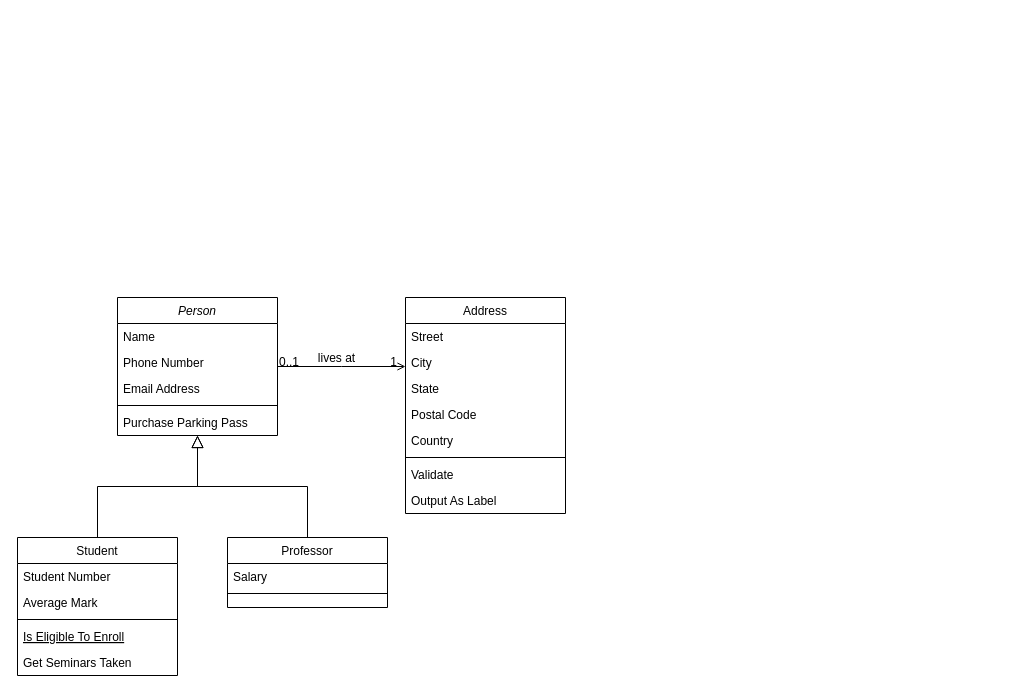
This is Untitled Diagram.drawio from YHdoc/Merge-of-former-works, a draw.io file, before an edit. Source tidied: cells renumbered, new cells numbered last; positions are measured from the earlier drawing's top-left corner, leaving out a move shared by most shapes. Both pictures are drawn from the tidied source at 100%, with x=0, y=0 at pixel (17, 297).
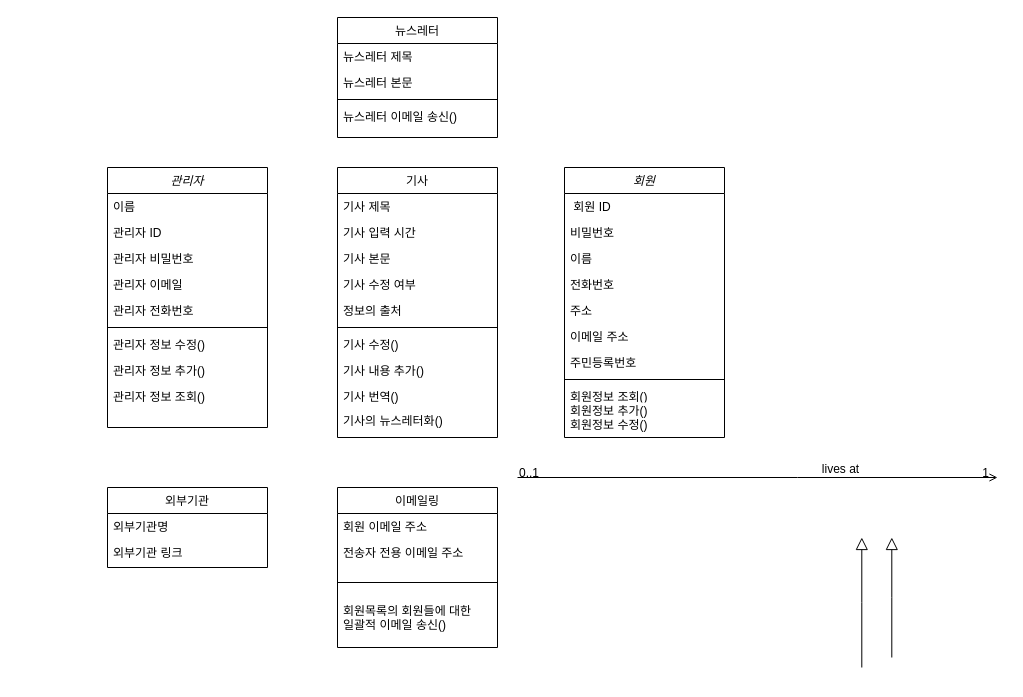
After the change.

The edit, as a diff of the source:
```diff
@@
-    <mxCell id="2" value="Person" style="swimlane;fontStyle=2;align=center;verticalAlign=top;horizontal=1;startSize=26;rounded=0;shadow=0;strokeWidth=1;" parent="1" vertex="1">
-      <mxGeometry x="100" width="160" height="138" as="geometry" />
+    <mxCell id="2" value="회원" style="swimlane;fontStyle=2;align=center;verticalAlign=top;horizontal=1;startSize=26;rounded=0;shadow=0;strokeWidth=1;" parent="1" vertex="1">
+      <mxGeometry x="547" y="-130" width="160" height="270" as="geometry" />
     </mxCell>
-    <mxCell id="3" value="Name" style="text;align=left;verticalAlign=top;spacingLeft=4;spacingRight=4;overflow=hidden;" parent="2" vertex="1">
+    <mxCell id="3" value=" 회원 ID" style="text;align=left;verticalAlign=top;spacingLeft=4;spacingRight=4;overflow=hidden;" parent="2" vertex="1">
       <mxGeometry y="26" width="160" height="26" as="geometry" />
     </mxCell>
-    <mxCell id="4" value="Phone Number" style="text;align=left;verticalAlign=top;spacingLeft=4;spacingRight=4;overflow=hidden;rounded=0;shadow=0;html=0;" parent="2" vertex="1">
+    <mxCell id="4" value="비밀번호" style="text;align=left;verticalAlign=top;spacingLeft=4;spacingRight=4;overflow=hidden;rounded=0;shadow=0;html=0;" parent="2" vertex="1">
       <mxGeometry y="52" width="160" height="26" as="geometry" />
     </mxCell>
-    <mxCell id="5" value="Email Address" style="text;align=left;verticalAlign=top;spacingLeft=4;spacingRight=4;overflow=hidden;rounded=0;shadow=0;html=0;" parent="2" vertex="1">
+    <mxCell id="5" value="이름" style="text;align=left;verticalAlign=top;spacingLeft=4;spacingRight=4;overflow=hidden;rounded=0;shadow=0;html=0;" parent="2" vertex="1">
       <mxGeometry y="78" width="160" height="26" as="geometry" />
     </mxCell>
-    <mxCell id="6" style="line;html=1;strokeWidth=1;align=left;verticalAlign=middle;spacingTop=-1;spacingLeft=3;spacingRight=3;labelPosition=right;" parent="2" vertex="1">
-      <mxGeometry y="104" width="160" height="8" as="geometry" />
-    </mxCell>
+    <mxCell id="32" value="전화번호" style="text;align=left;verticalAlign=top;spacingLeft=4;spacingRight=4;overflow=hidden;" parent="2" vertex="1">
+      <mxGeometry y="104" width="160" height="26" as="geometry" />
+    </mxCell>
-    <mxCell id="7" value="Purchase Parking Pass" style="text;align=left;verticalAlign=top;spacingLeft=4;spacingRight=4;overflow=hidden;" parent="2" vertex="1">
-      <mxGeometry y="112" width="160" height="26" as="geometry" />
+    <mxCell id="7" value="주소" style="text;align=left;verticalAlign=top;spacingLeft=4;spacingRight=4;overflow=hidden;" parent="2" vertex="1">
+      <mxGeometry y="130" width="160" height="26" as="geometry" />
     </mxCell>
+    <mxCell id="33" value="이메일 주소" style="text;align=left;verticalAlign=top;spacingLeft=4;spacingRight=4;overflow=hidden;" parent="2" vertex="1">
+      <mxGeometry y="156" width="160" height="26" as="geometry" />
+    </mxCell>
+    <mxCell id="34" value="주민등록번호" style="text;align=left;verticalAlign=top;spacingLeft=4;spacingRight=4;overflow=hidden;" parent="2" vertex="1">
+      <mxGeometry y="182" width="160" height="26" as="geometry" />
+    </mxCell>
+    <mxCell id="35" style="line;html=1;strokeWidth=1;align=left;verticalAlign=middle;spacingTop=-1;spacingLeft=3;spacingRight=3;labelPosition=right;" parent="2" vertex="1">
+      <mxGeometry y="208" width="160" height="8" as="geometry" />
+    </mxCell>
+    <mxCell id="36" value="회원정보 조회()" style="text;align=left;verticalAlign=top;spacingLeft=4;spacingRight=4;overflow=hidden;" parent="2" vertex="1">
+      <mxGeometry y="216" width="160" height="14" as="geometry" />
+    </mxCell>
+    <mxCell id="37" value="회원정보 추가()" style="text;align=left;verticalAlign=top;spacingLeft=4;spacingRight=4;overflow=hidden;" parent="2" vertex="1">
+      <mxGeometry y="230" width="160" height="26" as="geometry" />
+    </mxCell>
-    <mxCell id="8" value="Student" style="swimlane;fontStyle=0;align=center;verticalAlign=top;horizontal=1;startSize=26;rounded=0;shadow=0;strokeWidth=1;" parent="1" vertex="1">
-      <mxGeometry y="240" width="160" height="138" as="geometry" />
+    <mxCell id="8" value="외부기관" style="swimlane;fontStyle=0;align=center;verticalAlign=top;horizontal=1;startSize=26;rounded=0;shadow=0;strokeWidth=1;" parent="1" vertex="1">
+      <mxGeometry x="90" y="190" width="160" height="80" as="geometry" />
     </mxCell>
-    <mxCell id="9" value="Student Number" style="text;align=left;verticalAlign=top;spacingLeft=4;spacingRight=4;overflow=hidden;" parent="8" vertex="1">
+    <mxCell id="9" value="외부기관명" style="text;align=left;verticalAlign=top;spacingLeft=4;spacingRight=4;overflow=hidden;" parent="8" vertex="1">
       <mxGeometry y="26" width="160" height="26" as="geometry" />
     </mxCell>
-    <mxCell id="10" value="Average Mark" style="text;align=left;verticalAlign=top;spacingLeft=4;spacingRight=4;overflow=hidden;rounded=0;shadow=0;html=0;" parent="8" vertex="1">
+    <mxCell id="10" value="외부기관 링크" style="text;align=left;verticalAlign=top;spacingLeft=4;spacingRight=4;overflow=hidden;rounded=0;shadow=0;html=0;" parent="8" vertex="1">
       <mxGeometry y="52" width="160" height="26" as="geometry" />
     </mxCell>
-    <mxCell id="11" style="line;html=1;strokeWidth=1;align=left;verticalAlign=middle;spacingTop=-1;spacingLeft=3;spacingRight=3;labelPosition=right;" parent="8" vertex="1">
-      <mxGeometry y="78" width="160" height="8" as="geometry" />
-    </mxCell>
-    <mxCell id="12" value="Is Eligible To Enroll" style="text;align=left;verticalAlign=top;spacingLeft=4;spacingRight=4;overflow=hidden;fontStyle=4;" parent="8" vertex="1">
-      <mxGeometry y="86" width="160" height="26" as="geometry" />
-    </mxCell>
-    <mxCell id="13" value="Get Seminars Taken" style="text;align=left;verticalAlign=top;spacingLeft=4;spacingRight=4;overflow=hidden;" parent="8" vertex="1">
-      <mxGeometry y="112" width="160" height="26" as="geometry" />
-    </mxCell>
-    <mxCell id="14" style="endArrow=block;endSize=10;endFill=0;shadow=0;strokeWidth=1;rounded=0;edgeStyle=elbowEdgeStyle;elbow=vertical;" parent="1" edge="1" source="8" target="2">
-      <mxGeometry relative="1" as="geometry" />
+    <mxCell id="14" style="endArrow=block;endSize=10;endFill=0;shadow=0;strokeWidth=1;rounded=0;edgeStyle=elbowEdgeStyle;elbow=vertical;" parent="1" edge="1">
+      <mxGeometry relative="1" as="geometry">
+        <mxPoint x="874.3" y="360" as="sourcePoint" />
+        <mxPoint x="874.3" y="240" as="targetPoint" />
+      </mxGeometry>
     </mxCell>
-    <mxCell id="15" value="Professor" style="swimlane;fontStyle=0;align=center;verticalAlign=top;horizontal=1;startSize=26;rounded=0;shadow=0;strokeWidth=1;" parent="1" vertex="1">
-      <mxGeometry x="210" y="240" width="160" height="70" as="geometry" />
+    <mxCell id="15" value="이메일링" style="swimlane;fontStyle=0;align=center;verticalAlign=top;horizontal=1;startSize=26;rounded=0;shadow=0;strokeWidth=1;" parent="1" vertex="1">
+      <mxGeometry x="320" y="190" width="160" height="160" as="geometry" />
     </mxCell>
-    <mxCell id="16" value="Salary" style="text;align=left;verticalAlign=top;spacingLeft=4;spacingRight=4;overflow=hidden;" parent="15" vertex="1">
+    <mxCell id="16" value="회원 이메일 주소" style="text;align=left;verticalAlign=top;spacingLeft=4;spacingRight=4;overflow=hidden;" parent="15" vertex="1">
       <mxGeometry y="26" width="160" height="26" as="geometry" />
     </mxCell>
-    <mxCell id="17" style="line;html=1;strokeWidth=1;align=left;verticalAlign=middle;spacingTop=-1;spacingLeft=3;spacingRight=3;labelPosition=right;" parent="15" vertex="1">
-      <mxGeometry y="52" width="160" height="8" as="geometry" />
-    </mxCell>
+    <mxCell id="38" value="전송자 전용 이메일 주소" style="text;align=left;verticalAlign=top;spacingLeft=4;spacingRight=4;overflow=hidden;" parent="15" vertex="1">
+      <mxGeometry y="52" width="160" height="26" as="geometry" />
+    </mxCell>
-    <mxCell id="18" style="endArrow=block;endSize=10;endFill=0;shadow=0;strokeWidth=1;rounded=0;edgeStyle=elbowEdgeStyle;elbow=vertical;" parent="1" edge="1" source="15" target="2">
-      <mxGeometry relative="1" as="geometry" />
+    <mxCell id="18" style="endArrow=block;endSize=10;endFill=0;shadow=0;strokeWidth=1;rounded=0;edgeStyle=elbowEdgeStyle;elbow=vertical;" parent="1" edge="1">
+      <mxGeometry relative="1" as="geometry">
+        <mxPoint x="844.3" y="370" as="sourcePoint" />
+        <mxPoint x="844.3" y="240" as="targetPoint" />
+      </mxGeometry>
     </mxCell>
-    <mxCell id="19" value="Address" style="swimlane;fontStyle=0;align=center;verticalAlign=top;horizontal=1;startSize=26;rounded=0;shadow=0;strokeWidth=1;" parent="1" vertex="1">
-      <mxGeometry x="388" width="160" height="216" as="geometry" />
+    <mxCell id="19" value="기사" style="swimlane;fontStyle=0;align=center;verticalAlign=top;horizontal=1;startSize=26;rounded=0;shadow=0;strokeWidth=1;" parent="1" vertex="1">
+      <mxGeometry x="320" y="-130" width="160" height="270" as="geometry" />
     </mxCell>
-    <mxCell id="20" value="Street" style="text;align=left;verticalAlign=top;spacingLeft=4;spacingRight=4;overflow=hidden;" parent="19" vertex="1">
+    <mxCell id="20" value="기사 제목" style="text;align=left;verticalAlign=top;spacingLeft=4;spacingRight=4;overflow=hidden;" parent="19" vertex="1">
       <mxGeometry y="26" width="160" height="26" as="geometry" />
     </mxCell>
-    <mxCell id="21" value="City" style="text;align=left;verticalAlign=top;spacingLeft=4;spacingRight=4;overflow=hidden;rounded=0;shadow=0;html=0;" parent="19" vertex="1">
+    <mxCell id="21" value="기사 입력 시간" style="text;align=left;verticalAlign=top;spacingLeft=4;spacingRight=4;overflow=hidden;rounded=0;shadow=0;html=0;" parent="19" vertex="1">
       <mxGeometry y="52" width="160" height="26" as="geometry" />
     </mxCell>
-    <mxCell id="22" value="State" style="text;align=left;verticalAlign=top;spacingLeft=4;spacingRight=4;overflow=hidden;rounded=0;shadow=0;html=0;" parent="19" vertex="1">
+    <mxCell id="22" value="기사 본문" style="text;align=left;verticalAlign=top;spacingLeft=4;spacingRight=4;overflow=hidden;rounded=0;shadow=0;html=0;" parent="19" vertex="1">
       <mxGeometry y="78" width="160" height="26" as="geometry" />
     </mxCell>
-    <mxCell id="23" value="Postal Code" style="text;align=left;verticalAlign=top;spacingLeft=4;spacingRight=4;overflow=hidden;rounded=0;shadow=0;html=0;" parent="19" vertex="1">
+    <mxCell id="23" value="기사 수정 여부" style="text;align=left;verticalAlign=top;spacingLeft=4;spacingRight=4;overflow=hidden;rounded=0;shadow=0;html=0;" parent="19" vertex="1">
       <mxGeometry y="104" width="160" height="26" as="geometry" />
     </mxCell>
-    <mxCell id="24" value="Country" style="text;align=left;verticalAlign=top;spacingLeft=4;spacingRight=4;overflow=hidden;rounded=0;shadow=0;html=0;" parent="19" vertex="1">
+    <mxCell id="24" value="정보의 출처" style="text;align=left;verticalAlign=top;spacingLeft=4;spacingRight=4;overflow=hidden;rounded=0;shadow=0;html=0;" parent="19" vertex="1">
       <mxGeometry y="130" width="160" height="26" as="geometry" />
     </mxCell>
@@
-    <mxCell id="26" value="Validate" style="text;align=left;verticalAlign=top;spacingLeft=4;spacingRight=4;overflow=hidden;" parent="19" vertex="1">
-      <mxGeometry y="164" width="160" height="26" as="geometry" />
-    </mxCell>
-    <mxCell id="27" value="Output As Label" style="text;align=left;verticalAlign=top;spacingLeft=4;spacingRight=4;overflow=hidden;" parent="19" vertex="1">
-      <mxGeometry y="190" width="160" height="26" as="geometry" />
-    </mxCell>
+    <mxCell id="39" value="기사 수정()" style="text;align=left;verticalAlign=top;spacingLeft=4;spacingRight=4;overflow=hidden;" parent="19" vertex="1">
+      <mxGeometry y="164" width="160" height="26" as="geometry" />
+    </mxCell>
+    <mxCell id="40" value="기사 내용 추가()" style="text;align=left;verticalAlign=top;spacingLeft=4;spacingRight=4;overflow=hidden;" parent="19" vertex="1">
+      <mxGeometry y="190" width="160" height="26" as="geometry" />
+    </mxCell>
+    <mxCell id="41" value="기사 번역()" style="text;align=left;verticalAlign=top;spacingLeft=4;spacingRight=4;overflow=hidden;" parent="19" vertex="1">
+      <mxGeometry y="216" width="160" height="24" as="geometry" />
+    </mxCell>
+    <mxCell id="42" value="기사의 뉴스레터화()" style="text;align=left;verticalAlign=top;spacingLeft=4;spacingRight=4;overflow=hidden;" parent="19" vertex="1">
+      <mxGeometry y="240" width="160" height="24" as="geometry" />
+    </mxCell>
-    <mxCell id="28" style="endArrow=open;shadow=0;strokeWidth=1;rounded=0;endFill=1;edgeStyle=elbowEdgeStyle;elbow=vertical;" parent="1" edge="1" source="2" target="19">
+    <mxCell id="28" style="endArrow=open;shadow=0;strokeWidth=1;rounded=0;endFill=1;edgeStyle=elbowEdgeStyle;elbow=vertical;" parent="1" edge="1">
       <mxGeometry x="0.5" y="41" relative="1" as="geometry">
+        <mxPoint x="500" y="180" as="sourcePoint" />
+        <mxPoint x="980" y="180" as="targetPoint" />
+        <Array as="points">
+          <mxPoint x="780" y="180" />
+        </Array>
         <mxPoint x="-40" y="32" as="offset" />
       </mxGeometry>
     </mxCell>
@@
+    <mxCell id="43" value="관리자" style="swimlane;fontStyle=2;align=center;verticalAlign=top;horizontal=1;startSize=26;rounded=0;shadow=0;strokeWidth=1;" parent="1" vertex="1">
+      <mxGeometry x="90" y="-130" width="160" height="260" as="geometry" />
+    </mxCell>
+    <mxCell id="44" value="이름" style="text;align=left;verticalAlign=top;spacingLeft=4;spacingRight=4;overflow=hidden;" parent="43" vertex="1">
+      <mxGeometry y="26" width="160" height="26" as="geometry" />
+    </mxCell>
+    <mxCell id="45" value="관리자 ID" style="text;align=left;verticalAlign=top;spacingLeft=4;spacingRight=4;overflow=hidden;rounded=0;shadow=0;html=0;" parent="43" vertex="1">
+      <mxGeometry y="52" width="160" height="26" as="geometry" />
+    </mxCell>
+    <mxCell id="46" value="관리자 비밀번호" style="text;align=left;verticalAlign=top;spacingLeft=4;spacingRight=4;overflow=hidden;rounded=0;shadow=0;html=0;" parent="43" vertex="1">
+      <mxGeometry y="78" width="160" height="26" as="geometry" />
+    </mxCell>
+    <mxCell id="47" value="관리자 이메일" style="text;align=left;verticalAlign=top;spacingLeft=4;spacingRight=4;overflow=hidden;" parent="43" vertex="1">
+      <mxGeometry y="104" width="160" height="26" as="geometry" />
+    </mxCell>
+    <mxCell id="48" value="관리자 전화번호" style="text;align=left;verticalAlign=top;spacingLeft=4;spacingRight=4;overflow=hidden;rounded=0;shadow=0;html=0;" parent="43" vertex="1">
+      <mxGeometry y="130" width="160" height="26" as="geometry" />
+    </mxCell>
+    <mxCell id="49" style="line;html=1;strokeWidth=1;align=left;verticalAlign=middle;spacingTop=-1;spacingLeft=3;spacingRight=3;labelPosition=right;" parent="43" vertex="1">
+      <mxGeometry y="156" width="160" height="8" as="geometry" />
+    </mxCell>
+    <mxCell id="50" value="관리자 정보 수정()" style="text;align=left;verticalAlign=top;spacingLeft=4;spacingRight=4;overflow=hidden;" parent="43" vertex="1">
+      <mxGeometry y="164" width="160" height="26" as="geometry" />
+    </mxCell>
+    <mxCell id="51" value="관리자 정보 추가()" style="text;align=left;verticalAlign=top;spacingLeft=4;spacingRight=4;overflow=hidden;" parent="43" vertex="1">
+      <mxGeometry y="190" width="160" height="26" as="geometry" />
+    </mxCell>
+    <mxCell id="52" value="관리자 정보 조회()" style="text;align=left;verticalAlign=top;spacingLeft=4;spacingRight=4;overflow=hidden;" parent="43" vertex="1">
+      <mxGeometry y="216" width="160" height="30" as="geometry" />
+    </mxCell>
+    <mxCell id="53" value="회원정보 수정()" style="text;align=left;verticalAlign=top;spacingLeft=4;spacingRight=4;overflow=hidden;" parent="1" vertex="1">
+      <mxGeometry x="547" y="114" width="160" height="26" as="geometry" />
+    </mxCell>
+    <mxCell id="54" value="뉴스레터" style="swimlane;fontStyle=0;align=center;verticalAlign=top;horizontal=1;startSize=26;rounded=0;shadow=0;strokeWidth=1;" parent="1" vertex="1">
+      <mxGeometry x="320" y="-280" width="160" height="120" as="geometry" />
+    </mxCell>
+    <mxCell id="55" value="뉴스레터 제목" style="text;align=left;verticalAlign=top;spacingLeft=4;spacingRight=4;overflow=hidden;" parent="54" vertex="1">
+      <mxGeometry y="26" width="160" height="26" as="geometry" />
+    </mxCell>
+    <mxCell id="56" value="뉴스레터 본문" style="text;align=left;verticalAlign=top;spacingLeft=4;spacingRight=4;overflow=hidden;rounded=0;shadow=0;html=0;" parent="54" vertex="1">
+      <mxGeometry y="52" width="160" height="26" as="geometry" />
+    </mxCell>
+    <mxCell id="11" style="line;html=1;strokeWidth=1;align=left;verticalAlign=middle;spacingTop=-1;spacingLeft=3;spacingRight=3;labelPosition=right;" parent="54" vertex="1">
+      <mxGeometry y="78" width="160" height="8" as="geometry" />
+    </mxCell>
+    <mxCell id="57" value="뉴스레터 이메일 송신()" style="text;align=left;verticalAlign=top;spacingLeft=4;spacingRight=4;overflow=hidden;" parent="54" vertex="1">
+      <mxGeometry y="86" width="160" height="26" as="geometry" />
+    </mxCell>
+    <mxCell id="17" style="line;html=1;strokeWidth=1;align=left;verticalAlign=middle;spacingTop=-1;spacingLeft=3;spacingRight=3;labelPosition=right;" parent="1" vertex="1">
+      <mxGeometry x="320" y="280" width="160" height="10" as="geometry" />
+    </mxCell>
+    <mxCell id="58" value="회원목록의 회원들에 대한 &#10;일괄적 이메일 송신()" style="text;align=left;verticalAlign=top;spacingLeft=4;spacingRight=4;overflow=hidden;" parent="1" vertex="1">
+      <mxGeometry x="320" y="300" width="150" height="40" as="geometry" />
+    </mxCell>
```
